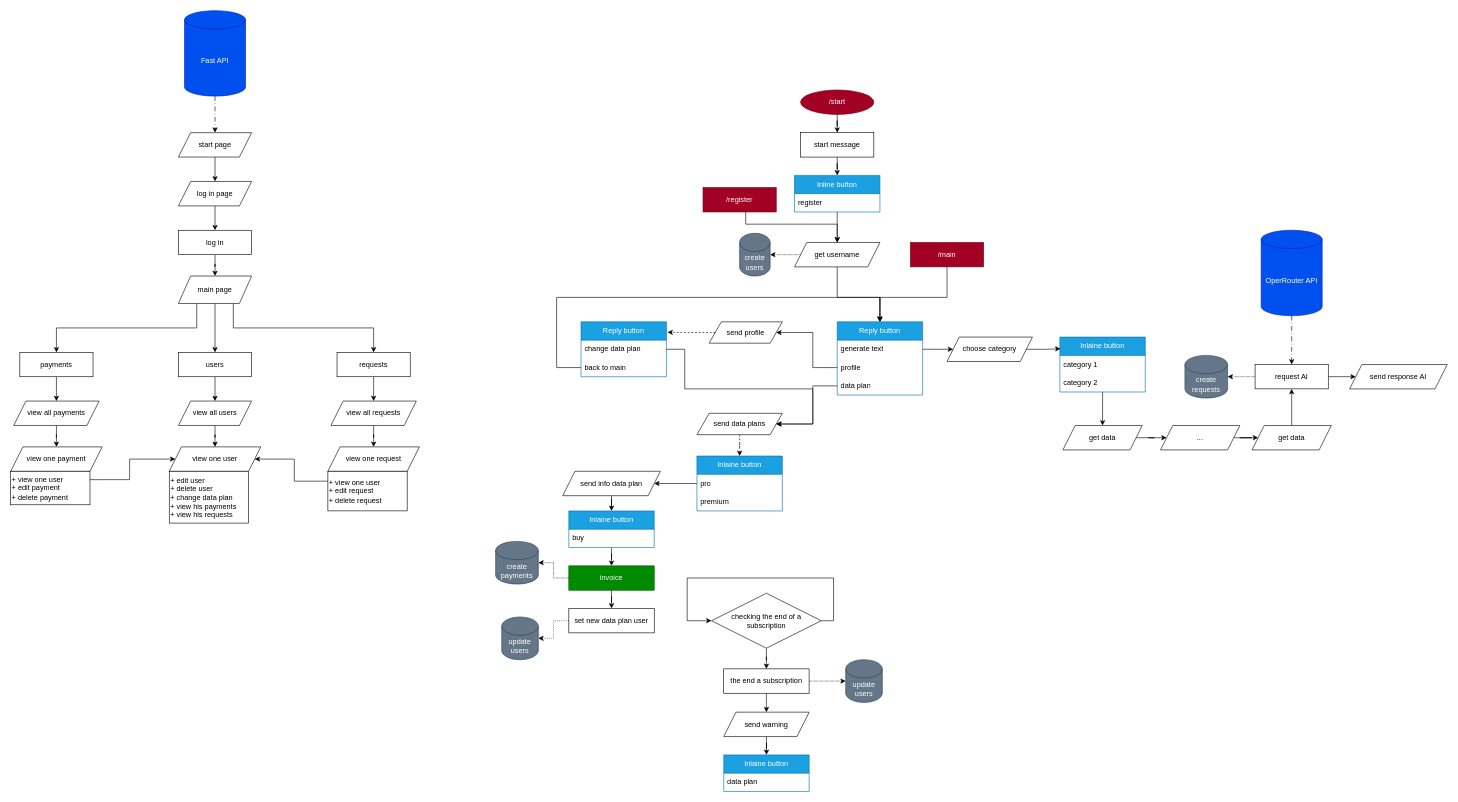
This is plan.drawio from Qetzal-22/AvitoTextBot, a draw.io file, before an edit. Source tidied: cells renumbered, new cells numbered last; positions are measured from the earlier drawing's top-left corner, leaving out a move shared by most shapes. Both pictures are drawn from the tidied source at 61%, with x=0, y=0 at pixel (10, 10).
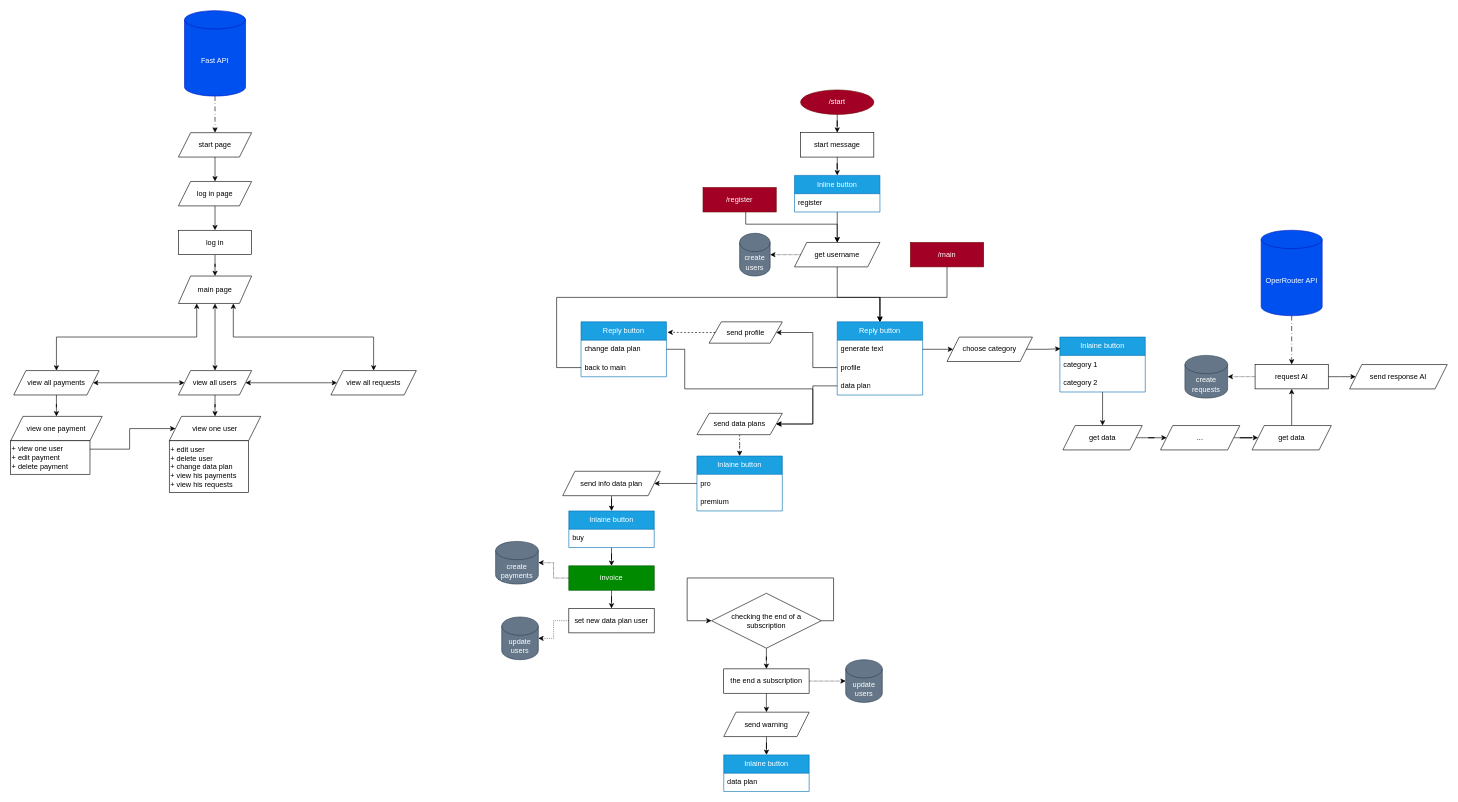
After the change.

Commit message:
refactor(plan): change connetc in API graf

The change refers to these unchanged cells:
```xml
<mxCell id="83" value="main page" style="shape=parallelogram;perimeter=parallelogramPerimeter;whiteSpace=wrap;html=1;fixedSize=1;" parent="1" vertex="1">
  <mxGeometry x="275" y="435" width="120" height="45" as="geometry" />
</mxCell>
```

Diff of the diagram source:
```diff
@@
-    <mxCell id="80" style="edgeStyle=orthogonalEdgeStyle;rounded=0;jettySize=auto;html=1;entryX=0.5;entryY=0;entryDx=0;entryDy=0;" parent="1" edge="1" source="83" target="87">
+    <mxCell id="80" style="edgeStyle=orthogonalEdgeStyle;rounded=0;jettySize=auto;html=1;entryX=0.5;entryY=0;entryDx=0;entryDy=0;startArrow=classic;startFill=1;" parent="1" edge="1" source="83" target="85">
       <mxGeometry relative="1" as="geometry" />
     </mxCell>
-    <mxCell id="81" style="edgeStyle=orthogonalEdgeStyle;rounded=0;jettySize=auto;html=1;exitX=0.25;exitY=1;exitDx=0;exitDy=0;entryX=0.5;entryY=0;entryDx=0;entryDy=0;" parent="1" edge="1" source="83" target="91">
+    <mxCell id="81" style="edgeStyle=orthogonalEdgeStyle;rounded=0;jettySize=auto;html=1;exitX=0.25;exitY=1;exitDx=0;exitDy=0;entryX=0.5;entryY=0;entryDx=0;entryDy=0;startArrow=classic;startFill=1;" parent="1" edge="1" source="83" target="95">
       <mxGeometry relative="1" as="geometry" />
     </mxCell>
-    <mxCell id="82" style="edgeStyle=orthogonalEdgeStyle;rounded=0;jettySize=auto;html=1;exitX=0.75;exitY=1;exitDx=0;exitDy=0;entryX=0.5;entryY=0;entryDx=0;entryDy=0;" parent="1" edge="1" source="83" target="93">
+    <mxCell id="82" style="edgeStyle=orthogonalEdgeStyle;rounded=0;jettySize=auto;html=1;exitX=0.75;exitY=1;exitDx=0;exitDy=0;entryX=0.5;entryY=0;entryDx=0;entryDy=0;startArrow=classic;startFill=1;" parent="1" edge="1" source="83" target="97">
       <mxGeometry relative="1" as="geometry" />
     </mxCell>
@@
+    <mxCell id="111" style="edgeStyle=orthogonalEdgeStyle;rounded=0;jettySize=auto;html=1;entryX=0;entryY=0.5;entryDx=0;entryDy=0;startArrow=classic;startFill=1;" parent="1" edge="1" source="85" target="97">
+      <mxGeometry relative="1" as="geometry" />
+    </mxCell>
     <mxCell id="85" value="view all users" style="shape=parallelogram;perimeter=parallelogramPerimeter;whiteSpace=wrap;html=1;fixedSize=1;" parent="1" vertex="1">
-      <mxGeometry x="275" y="640" width="120" height="40" as="geometry" />
+      <mxGeometry x="275" y="590" width="120" height="40" as="geometry" />
     </mxCell>
-    <mxCell id="86" style="edgeStyle=orthogonalEdgeStyle;rounded=0;jettySize=auto;html=1;entryX=0.5;entryY=0;entryDx=0;entryDy=0;" parent="1" edge="1" source="87" target="85">
-      <mxGeometry relative="1" as="geometry" />
-    </mxCell>
-    <mxCell id="87" value="users" style="rounded=0;whiteSpace=wrap;html=1;" parent="1" vertex="1">
-      <mxGeometry x="275" y="560.1" width="120" height="40" as="geometry" />
-    </mxCell>
     <mxCell id="88" value="view one user" style="shape=parallelogram;perimeter=parallelogramPerimeter;whiteSpace=wrap;html=1;fixedSize=1;" parent="1" vertex="1">
-      <mxGeometry x="260" y="715.1" width="150" height="40" as="geometry" />
+      <mxGeometry x="260" y="665.1" width="150" height="40" as="geometry" />
     </mxCell>
     <mxCell id="89" value="&lt;div style=&quot;&quot;&gt;&lt;span style=&quot;background-color: transparent; color: light-dark(rgb(0, 0, 0), rgb(255, 255, 255));&quot;&gt;+ edit user&lt;/span&gt;&lt;/div&gt;&lt;div style=&quot;&quot;&gt;&lt;div style=&quot;&quot;&gt;&lt;span style=&quot;background-color: transparent; color: light-dark(rgb(0, 0, 0), rgb(255, 255, 255));&quot;&gt;+ delete user&lt;/span&gt;&lt;/div&gt;&lt;span style=&quot;background-color: transparent; color: light-dark(rgb(0, 0, 0), rgb(255, 255, 255));&quot;&gt;&lt;div style=&quot;&quot;&gt;&lt;span style=&quot;background-color: transparent; color: light-dark(rgb(0, 0, 0), rgb(255, 255, 255));&quot;&gt;+ change data plan&lt;/span&gt;&lt;/div&gt;&lt;div style=&quot;&quot;&gt;&lt;span style=&quot;background-color: transparent; color: light-dark(rgb(0, 0, 0), rgb(255, 255, 255));&quot;&gt;+ view his payments&lt;/span&gt;&lt;/div&gt;+ view his requests&lt;/span&gt;&lt;/div&gt;" style="rounded=0;whiteSpace=wrap;html=1;align=left;" parent="1" vertex="1">
-      <mxGeometry x="260" y="755.1" width="130" height="84.9" as="geometry" />
+      <mxGeometry x="260" y="705.1" width="130" height="84.9" as="geometry" />
     </mxCell>
-    <mxCell id="90" style="edgeStyle=orthogonalEdgeStyle;rounded=0;jettySize=auto;html=1;entryX=0.5;entryY=0;entryDx=0;entryDy=0;" parent="1" edge="1" source="91" target="95">
-      <mxGeometry relative="1" as="geometry" />
-    </mxCell>
-    <mxCell id="91" value="payments" style="rounded=0;whiteSpace=wrap;html=1;" parent="1" vertex="1">
-      <mxGeometry x="15" y="560.1" width="120" height="40" as="geometry" />
-    </mxCell>
-    <mxCell id="92" style="edgeStyle=orthogonalEdgeStyle;rounded=0;jettySize=auto;html=1;entryX=0.5;entryY=0;entryDx=0;entryDy=0;" parent="1" edge="1" source="93" target="97">
-      <mxGeometry relative="1" as="geometry" />
-    </mxCell>
-    <mxCell id="93" value="requests" style="rounded=0;whiteSpace=wrap;html=1;" parent="1" vertex="1">
-      <mxGeometry x="535" y="560.1" width="120" height="40" as="geometry" />
-    </mxCell>
@@
+    <mxCell id="112" style="edgeStyle=orthogonalEdgeStyle;rounded=0;jettySize=auto;html=1;entryX=0;entryY=0.5;entryDx=0;entryDy=0;startArrow=classic;startFill=1;" parent="1" edge="1" source="95" target="85">
+      <mxGeometry relative="1" as="geometry" />
+    </mxCell>
     <mxCell id="95" value="view all payments" style="shape=parallelogram;perimeter=parallelogramPerimeter;whiteSpace=wrap;html=1;fixedSize=1;" parent="1" vertex="1">
-      <mxGeometry x="5" y="640" width="140" height="40" as="geometry" />
+      <mxGeometry x="5" y="590" width="140" height="40" as="geometry" />
     </mxCell>
-    <mxCell id="96" style="edgeStyle=orthogonalEdgeStyle;rounded=0;jettySize=auto;html=1;entryX=0.5;entryY=0;entryDx=0;entryDy=0;" parent="1" edge="1" source="97" target="101">
-      <mxGeometry relative="1" as="geometry" />
-    </mxCell>
     <mxCell id="97" value="view all requests" style="shape=parallelogram;perimeter=parallelogramPerimeter;whiteSpace=wrap;html=1;fixedSize=1;" parent="1" vertex="1">
-      <mxGeometry x="525" y="640" width="140" height="40" as="geometry" />
+      <mxGeometry x="525" y="590" width="140" height="40" as="geometry" />
     </mxCell>
     <mxCell id="98" value="view one payment" style="shape=parallelogram;perimeter=parallelogramPerimeter;whiteSpace=wrap;html=1;fixedSize=1;" parent="1" vertex="1">
-      <mxGeometry y="715.1" width="150" height="40" as="geometry" />
+      <mxGeometry y="665.1" width="150" height="40" as="geometry" />
     </mxCell>
@@
     <mxCell id="100" value="&lt;div style=&quot;&quot;&gt;+ view one user&lt;br&gt;+ edit payment&lt;br&gt;+ delete payment&lt;/div&gt;" style="rounded=0;whiteSpace=wrap;html=1;align=left;" parent="1" vertex="1">
-      <mxGeometry y="755.1" width="130" height="54.9" as="geometry" />
+      <mxGeometry y="705.1" width="130" height="54.9" as="geometry" />
     </mxCell>
-    <mxCell id="101" value="view one request" style="shape=parallelogram;perimeter=parallelogramPerimeter;whiteSpace=wrap;html=1;fixedSize=1;" parent="1" vertex="1">
-      <mxGeometry x="520" y="715.1" width="150" height="40" as="geometry" />
-    </mxCell>
-    <mxCell id="102" style="edgeStyle=orthogonalEdgeStyle;rounded=0;jettySize=auto;html=1;exitX=0;exitY=0.25;exitDx=0;exitDy=0;entryX=1;entryY=0.5;entryDx=0;entryDy=0;" parent="1" edge="1" source="103" target="88">
-      <mxGeometry relative="1" as="geometry" />
-    </mxCell>
-    <mxCell id="103" value="&lt;div style=&quot;&quot;&gt;+ view one user&lt;br&gt;+ edit request&lt;br&gt;+ delete request&lt;/div&gt;" style="rounded=0;whiteSpace=wrap;html=1;align=left;" parent="1" vertex="1">
-      <mxGeometry x="520" y="755.1" width="130" height="64.9" as="geometry" />
-    </mxCell>
```
